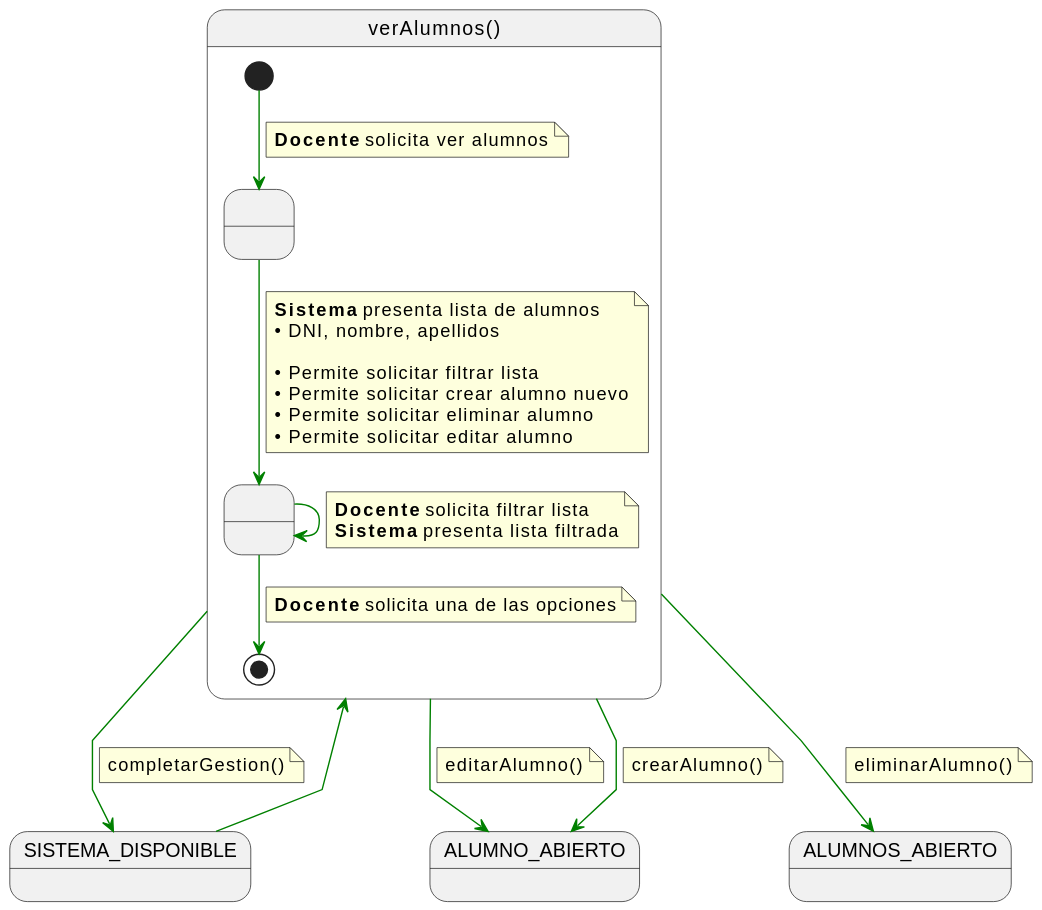
Earlier version of the PlantUML export documents/casos-de-uso/detalladoCasosDeUso/verAlumnos/verAlumnos.svg (martinlopez7/25-26-IdSw1-SdR).
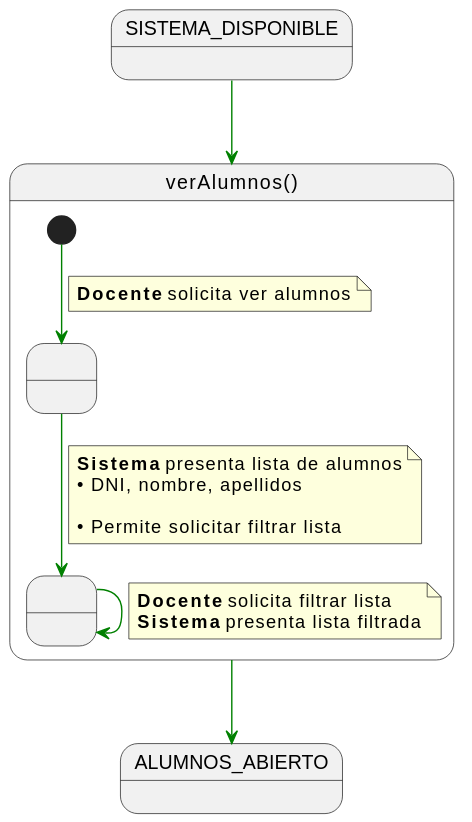
After the commit.

Change to the diagram source:
```diff
@@ -17,9 +17,6 @@
     • DNI, nombre, apellidos
 
     • Permite solicitar filtrar lista
-    • Permite solicitar crear alumno nuevo
-    • Permite solicitar eliminar alumno
-    • Permite solicitar editar alumno
     end note
 
     FiltrandoAlumnos -[#green]-> FiltrandoAlumnos
@@ -28,31 +25,9 @@
     <b>Sistema</b> presenta lista filtrada
     end note
 
-    FiltrandoAlumnos -[#green]-> [*]
-    note on link
-    <b>Docente</b> solicita una de las opciones
-    end note
 }
 
 SISTEMA_DISPONIBLE -[#green]-> verAlumnos
 
-verAlumnos -[#green]-> ALUMNO_ABIERTO
-note on link
-editarAlumno()
-end note
-
-verAlumnos -[#green]-> ALUMNO_ABIERTO
-note on link
-crearAlumno()
-end note
-
 verAlumnos -[#green]-> ALUMNOS_ABIERTO
-note on link
-eliminarAlumno()
-end note
-
-verAlumnos -[#green]-> SISTEMA_DISPONIBLE
-note on link
-completarGestion()
-end note
 @enduml
```
